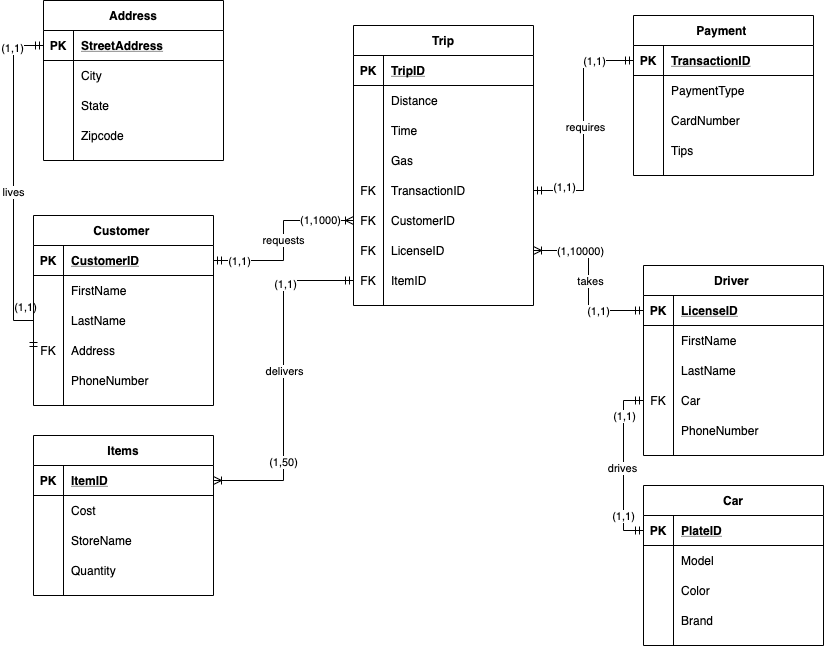
matthewg1234/Practice keeps this draw.io diagram as Group Assignment 2.png. Above is the earlier version. Source tidied: cells renumbered, new cells last; positions are measured from the earlier drawing's top-left corner, leaving out a move shared by most shapes.
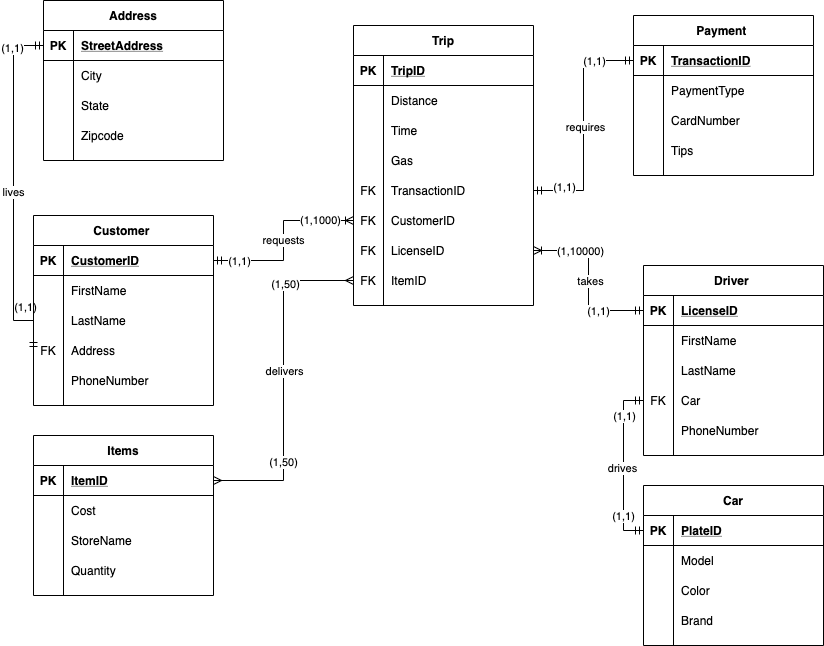
Later version of the same file.

Diff of the diagram source:
```diff
@@ -45,13 +45,13 @@
         <mxPoint y="1" as="offset" />
       </mxGeometry>
     </mxCell>
-    <mxCell id="13" style="edgeStyle=orthogonalEdgeStyle;rounded=0;jettySize=auto;html=1;exitX=0;exitY=0.5;exitDx=0;exitDy=0;entryX=1;entryY=0.5;entryDx=0;entryDy=0;startArrow=ERmandOne;startFill=0;endArrow=ERoneToMany;endFill=0;" parent="1" edge="1" source="72" target="121">
+    <mxCell id="13" style="edgeStyle=orthogonalEdgeStyle;rounded=0;jettySize=auto;html=1;exitX=0;exitY=0.5;exitDx=0;exitDy=0;entryX=1;entryY=0.5;entryDx=0;entryDy=0;startArrow=ERmany;startFill=0;endArrow=ERmany;endFill=0;" parent="1" edge="1" source="72" target="121">
       <mxGeometry relative="1" as="geometry" />
     </mxCell>
     <mxCell id="14" value="delivers" style="edgeLabel;html=1;align=center;verticalAlign=middle;" parent="13" vertex="1">
       <mxGeometry x="-0.06" relative="1" as="geometry" />
     </mxCell>
-    <mxCell id="15" value="(1,1)" style="edgeLabel;html=1;align=center;verticalAlign=middle;" parent="13" vertex="1">
+    <mxCell id="15" value="(1,50)" style="edgeLabel;html=1;align=center;verticalAlign=middle;" parent="13" vertex="1">
       <mxGeometry x="-0.57" y="1" relative="1" as="geometry" />
     </mxCell>
     <mxCell id="16" value="(1,50)" style="edgeLabel;html=1;align=center;verticalAlign=middle;" parent="13" vertex="1">
```
